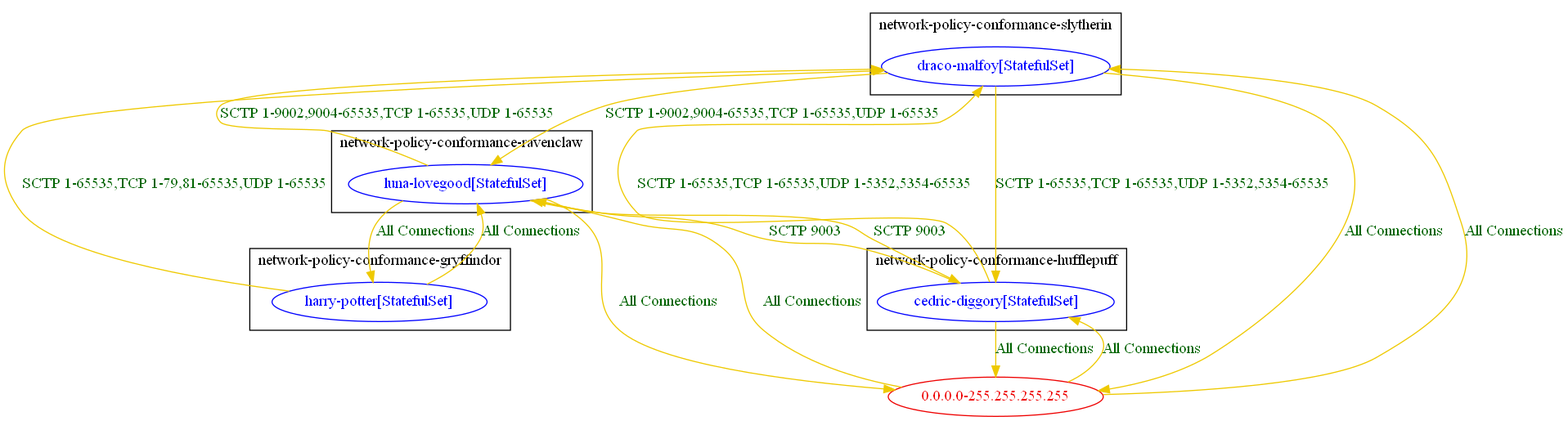
This is test_outputs/connlist/anp_test_multiple_anps_connlist_output.dot.png from np-guard/netpol-analyzer, a Graphviz export, as it was before one commit. Its source is kept beside it as test_outputs/connlist/anp_test_multiple_anps_connlist_output.dot.
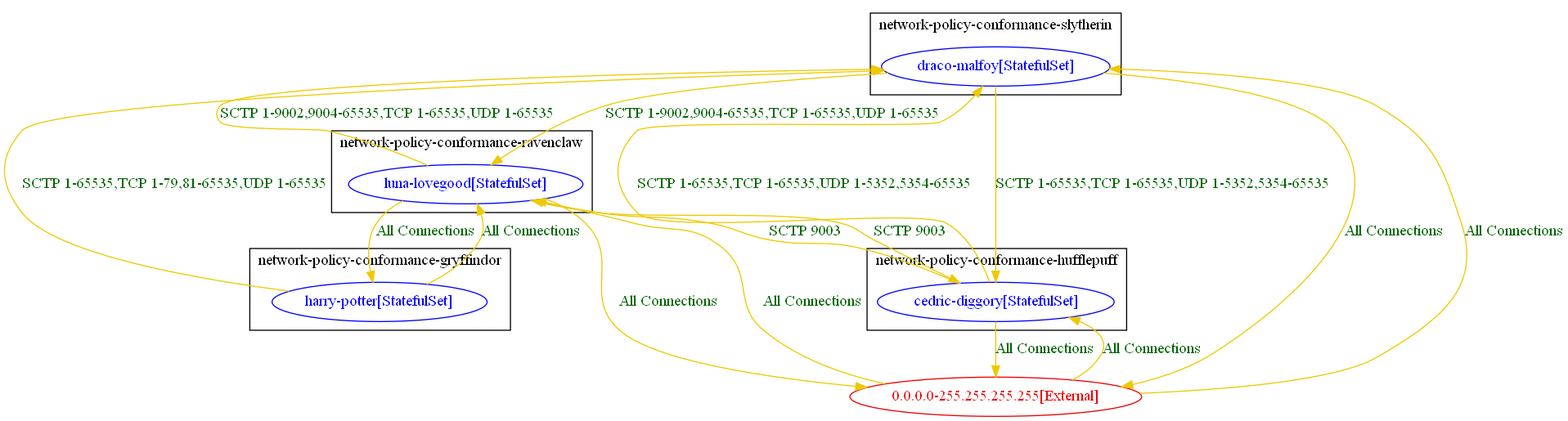
The same diagram one commit later.

The edit, as a diff of the source:
```diff
@@ -23,20 +23,20 @@
 		"network-policy-conformance-slytherin/draco-malfoy[StatefulSet]" [label="draco-malfoy[StatefulSet]" color="blue" fontcolor="blue"]
 		label="network-policy-conformance-slytherin"
 	}
-	"0.0.0.0-255.255.255.255" [label="0.0.0.0-255.255.255.255" color="red2" fontcolor="red2"]
-	"0.0.0.0-255.255.255.255" -> "network-policy-conformance-hufflepuff/cedric-diggory[StatefulSet]" [label="All Connections" color="gold2" fontcolor="darkgreen" weight=0.5]
-	"0.0.0.0-255.255.255.255" -> "network-policy-conformance-ravenclaw/luna-lovegood[StatefulSet]" [label="All Connections" color="gold2" fontcolor="darkgreen" weight=0.5]
-	"0.0.0.0-255.255.255.255" -> "network-policy-conformance-slytherin/draco-malfoy[StatefulSet]" [label="All Connections" color="gold2" fontcolor="darkgreen" weight=0.5]
+	"0.0.0.0-255.255.255.255[External]" [label="0.0.0.0-255.255.255.255[External]" color="red2" fontcolor="red2"]
+	"0.0.0.0-255.255.255.255[External]" -> "network-policy-conformance-hufflepuff/cedric-diggory[StatefulSet]" [label="All Connections" color="gold2" fontcolor="darkgreen" weight=0.5]
+	"0.0.0.0-255.255.255.255[External]" -> "network-policy-conformance-ravenclaw/luna-lovegood[StatefulSet]" [label="All Connections" color="gold2" fontcolor="darkgreen" weight=0.5]
+	"0.0.0.0-255.255.255.255[External]" -> "network-policy-conformance-slytherin/draco-malfoy[StatefulSet]" [label="All Connections" color="gold2" fontcolor="darkgreen" weight=0.5]
 	"network-policy-conformance-gryffindor/harry-potter[StatefulSet]" -> "network-policy-conformance-ravenclaw/luna-lovegood[StatefulSet]" [label="All Connections" color="gold2" fontcolor="darkgreen" weight=0.5]
 	"network-policy-conformance-gryffindor/harry-potter[StatefulSet]" -> "network-policy-conformance-slytherin/draco-malfoy[StatefulSet]" [label="SCTP 1-65535,TCP 1-79,81-65535,UDP 1-65535" color="gold2" fontcolor="darkgreen" weight=0.5]
-	"network-policy-conformance-hufflepuff/cedric-diggory[StatefulSet]" -> "0.0.0.0-255.255.255.255" [label="All Connections" color="gold2" fontcolor="darkgreen" weight=1]
+	"network-policy-conformance-hufflepuff/cedric-diggory[StatefulSet]" -> "0.0.0.0-255.255.255.255[External]" [label="All Connections" color="gold2" fontcolor="darkgreen" weight=1]
 	"network-policy-conformance-hufflepuff/cedric-diggory[StatefulSet]" -> "network-policy-conformance-ravenclaw/luna-lovegood[StatefulSet]" [label="SCTP 9003" color="gold2" fontcolor="darkgreen" weight=0.5]
 	"network-policy-conformance-hufflepuff/cedric-diggory[StatefulSet]" -> "network-policy-conformance-slytherin/draco-malfoy[StatefulSet]" [label="SCTP 1-65535,TCP 1-65535,UDP 1-5352,5354-65535" color="gold2" fontcolor="darkgreen" weight=0.5]
-	"network-policy-conformance-ravenclaw/luna-lovegood[StatefulSet]" -> "0.0.0.0-255.255.255.255" [label="All Connections" color="gold2" fontcolor="darkgreen" weight=1]
+	"network-policy-conformance-ravenclaw/luna-lovegood[StatefulSet]" -> "0.0.0.0-255.255.255.255[External]" [label="All Connections" color="gold2" fontcolor="darkgreen" weight=1]
 	"network-policy-conformance-ravenclaw/luna-lovegood[StatefulSet]" -> "network-policy-conformance-gryffindor/harry-potter[StatefulSet]" [label="All Connections" color="gold2" fontcolor="darkgreen" weight=1]
 	"network-policy-conformance-ravenclaw/luna-lovegood[StatefulSet]" -> "network-policy-conformance-hufflepuff/cedric-diggory[StatefulSet]" [label="SCTP 9003" color="gold2" fontcolor="darkgreen" weight=1]
 	"network-policy-conformance-ravenclaw/luna-lovegood[StatefulSet]" -> "network-policy-conformance-slytherin/draco-malfoy[StatefulSet]" [label="SCTP 1-9002,9004-65535,TCP 1-65535,UDP 1-65535" color="gold2" fontcolor="darkgreen" weight=0.5]
-	"network-policy-conformance-slytherin/draco-malfoy[StatefulSet]" -> "0.0.0.0-255.255.255.255" [label="All Connections" color="gold2" fontcolor="darkgreen" weight=1]
+	"network-policy-conformance-slytherin/draco-malfoy[StatefulSet]" -> "0.0.0.0-255.255.255.255[External]" [label="All Connections" color="gold2" fontcolor="darkgreen" weight=1]
 	"network-policy-conformance-slytherin/draco-malfoy[StatefulSet]" -> "network-policy-conformance-hufflepuff/cedric-diggory[StatefulSet]" [label="SCTP 1-65535,TCP 1-65535,UDP 1-5352,5354-65535" color="gold2" fontcolor="darkgreen" weight=1]
 	"network-policy-conformance-slytherin/draco-malfoy[StatefulSet]" -> "network-policy-conformance-ravenclaw/luna-lovegood[StatefulSet]" [label="SCTP 1-9002,9004-65535,TCP 1-65535,UDP 1-65535" color="gold2" fontcolor="darkgreen" weight=1]
 }
```
